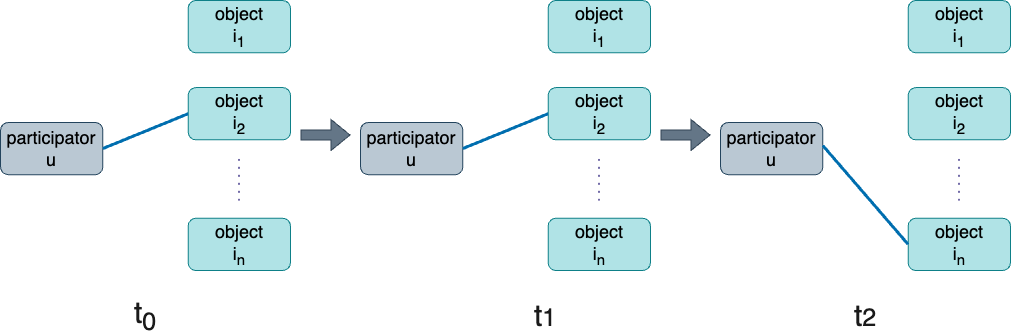
This is figures/04_DynamicGraph.png from AnnaJiang1308/TUM-Thesis-for-Informatics-Template, a draw.io export, as it was before one commit. Source tidied: cells renumbered, new cells last; positions are measured from the earlier drawing's top-left corner, leaving out a move shared by most shapes.
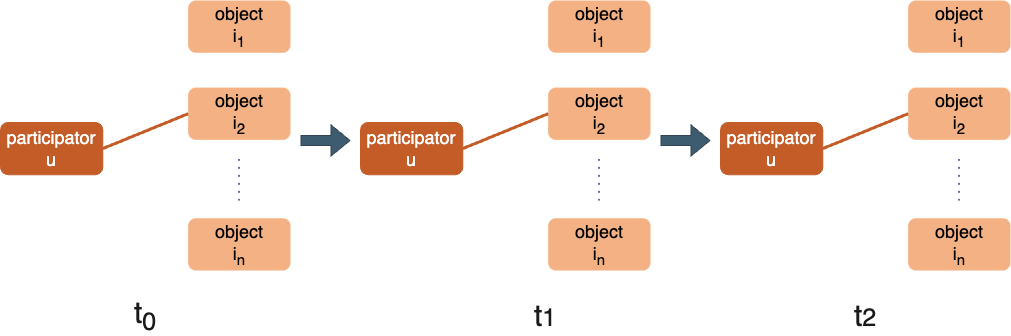
The same file after the commit.

What changed in the source:
```diff
@@ -2,16 +2,16 @@
   <root>
     <mxCell id="0" />
     <mxCell id="1" parent="0" />
-    <mxCell id="2" style="group;verticalAlign=middle;" parent="1" vertex="1">
+    <mxCell id="2" style="group;verticalAlign=middle;strokeColor=none;" parent="1" vertex="1">
       <mxGeometry width="290" height="270" as="geometry" />
     </mxCell>
-    <mxCell id="3" value="&lt;font style=&quot;font-size: 18px;&quot;&gt;participator&lt;/font&gt;&lt;div style=&quot;font-size: 18px;&quot;&gt;&lt;font style=&quot;font-size: 18px;&quot;&gt;u&lt;/font&gt;&lt;/div&gt;" style="rounded=1;whiteSpace=wrap;html=1;strokeColor=#23445d;fillColor=#bac8d3;verticalAlign=middle;" parent="2" vertex="1">
+    <mxCell id="3" value="&lt;font style=&quot;font-size: 18px;&quot;&gt;participator&lt;/font&gt;&lt;div style=&quot;font-size: 18px;&quot;&gt;u&lt;/div&gt;" style="rounded=1;whiteSpace=wrap;html=1;strokeColor=#C45C28;fillColor=#C45C28;verticalAlign=middle;fontColor=#FFFFFF;" parent="2" vertex="1">
       <mxGeometry y="121.9" width="102.4" height="52.3" as="geometry" />
     </mxCell>
-    <mxCell id="4" value="&lt;span style=&quot;font-size: 18px;&quot;&gt;object&lt;/span&gt;&lt;div&gt;&lt;span style=&quot;font-size: 18px;&quot;&gt;i&lt;sub&gt;2&lt;/sub&gt;&lt;/span&gt;&lt;/div&gt;" style="rounded=1;whiteSpace=wrap;html=1;strokeColor=#0e8088;fillColor=#b0e3e6;verticalAlign=middle;" parent="2" vertex="1">
+    <mxCell id="4" value="&lt;span style=&quot;font-size: 18px;&quot;&gt;object&lt;/span&gt;&lt;div&gt;&lt;span style=&quot;font-size: 18px;&quot;&gt;i&lt;sub&gt;2&lt;/sub&gt;&lt;/span&gt;&lt;/div&gt;" style="rounded=1;whiteSpace=wrap;html=1;strokeColor=none;fillColor=#F4B183;verticalAlign=middle;" parent="2" vertex="1">
       <mxGeometry x="187.6" y="87.1" width="102.4" height="52.3" as="geometry" />
     </mxCell>
-    <mxCell id="5" value="&lt;span style=&quot;font-size: 18px;&quot;&gt;object&lt;/span&gt;&lt;div&gt;&lt;span style=&quot;font-size: 18px;&quot;&gt;i&lt;sub&gt;1&lt;/sub&gt;&lt;/span&gt;&lt;/div&gt;" style="rounded=1;whiteSpace=wrap;html=1;strokeColor=#0e8088;fillColor=#b0e3e6;verticalAlign=middle;" parent="2" vertex="1">
+    <mxCell id="5" value="&lt;span style=&quot;font-size: 18px;&quot;&gt;object&lt;/span&gt;&lt;div&gt;&lt;span style=&quot;font-size: 18px;&quot;&gt;i&lt;sub&gt;1&lt;/sub&gt;&lt;/span&gt;&lt;/div&gt;" style="rounded=1;whiteSpace=wrap;html=1;strokeColor=none;fillColor=#f4b183;verticalAlign=middle;" parent="2" vertex="1">
       <mxGeometry x="187.6" width="102.4" height="52.3" as="geometry" />
     </mxCell>
     <mxCell id="6" style="endArrow=none;dashed=1;html=1;dashPattern=1 3;strokeWidth=2;rounded=0;strokeColor=#736CA8;fontColor=#1A1A1A;verticalAlign=middle;" parent="2" edge="1">
@@ -20,73 +20,21 @@
         <mxPoint x="238.4" y="156.8" as="targetPoint" />
       </mxGeometry>
     </mxCell>
-    <mxCell id="7" style="endArrow=none;html=1;rounded=0;strokeColor=#006EAF;fontColor=#1A1A1A;entryX=0;entryY=0.5;entryDx=0;entryDy=0;fillColor=#1ba1e2;strokeWidth=3;verticalAlign=middle;" parent="2" edge="1" target="4">
+    <mxCell id="7" style="endArrow=none;html=1;rounded=0;strokeColor=#C45C28;fontColor=#1A1A1A;entryX=0;entryY=0.5;entryDx=0;entryDy=0;fillColor=#1ba1e2;strokeWidth=3;verticalAlign=middle;" parent="2" edge="1" target="4">
       <mxGeometry relative="1" as="geometry">
         <mxPoint x="102.4" y="148.1" as="sourcePoint" />
       </mxGeometry>
     </mxCell>
-    <mxCell id="8" value="&lt;span style=&quot;font-size: 18px;&quot;&gt;object&lt;/span&gt;&lt;div&gt;&lt;span style=&quot;font-size: 18px;&quot;&gt;i&lt;sub&gt;n&lt;/sub&gt;&lt;/span&gt;&lt;/div&gt;" style="rounded=1;whiteSpace=wrap;html=1;strokeColor=#0e8088;fillColor=#b0e3e6;verticalAlign=middle;" parent="2" vertex="1">
+    <mxCell id="8" value="&lt;span style=&quot;font-size: 18px;&quot;&gt;object&lt;/span&gt;&lt;div&gt;&lt;span style=&quot;font-size: 18px;&quot;&gt;i&lt;sub&gt;n&lt;/sub&gt;&lt;/span&gt;&lt;/div&gt;" style="rounded=1;whiteSpace=wrap;html=1;strokeColor=none;fillColor=#F4B183;verticalAlign=middle;" parent="2" vertex="1">
       <mxGeometry x="187.6" y="217.7" width="102.4" height="52.3" as="geometry" />
     </mxCell>
-    <mxCell id="9" style="group;verticalAlign=middle;" parent="1" vertex="1">
-      <mxGeometry x="360" width="290" height="270" as="geometry" />
-    </mxCell>
-    <mxCell id="10" value="&lt;font style=&quot;font-size: 18px;&quot;&gt;participator&lt;/font&gt;&lt;div style=&quot;font-size: 18px;&quot;&gt;&lt;font style=&quot;font-size: 18px;&quot;&gt;u&lt;/font&gt;&lt;/div&gt;" style="rounded=1;whiteSpace=wrap;html=1;strokeColor=#23445d;fillColor=#bac8d3;verticalAlign=middle;" parent="9" vertex="1">
-      <mxGeometry y="121.9" width="102.4" height="52.3" as="geometry" />
-    </mxCell>
-    <mxCell id="11" value="&lt;span style=&quot;font-size: 18px;&quot;&gt;object&lt;/span&gt;&lt;div&gt;&lt;span style=&quot;font-size: 18px;&quot;&gt;i&lt;sub&gt;2&lt;/sub&gt;&lt;/span&gt;&lt;/div&gt;" style="rounded=1;whiteSpace=wrap;html=1;strokeColor=#0e8088;fillColor=#b0e3e6;verticalAlign=middle;" parent="9" vertex="1">
-      <mxGeometry x="187.6" y="87.1" width="102.4" height="52.3" as="geometry" />
-    </mxCell>
-    <mxCell id="12" value="&lt;span style=&quot;font-size: 18px;&quot;&gt;object&lt;/span&gt;&lt;div&gt;&lt;span style=&quot;font-size: 18px;&quot;&gt;i&lt;sub&gt;1&lt;/sub&gt;&lt;/span&gt;&lt;/div&gt;" style="rounded=1;whiteSpace=wrap;html=1;strokeColor=#0e8088;fillColor=#b0e3e6;verticalAlign=middle;" parent="9" vertex="1">
-      <mxGeometry x="187.6" width="102.4" height="52.3" as="geometry" />
-    </mxCell>
-    <mxCell id="13" style="endArrow=none;dashed=1;html=1;dashPattern=1 3;strokeWidth=2;rounded=0;strokeColor=#736CA8;fontColor=#1A1A1A;verticalAlign=middle;" parent="9" edge="1">
-      <mxGeometry relative="1" as="geometry">
-        <mxPoint x="238.4" y="200.3" as="sourcePoint" />
-        <mxPoint x="238.4" y="156.8" as="targetPoint" />
-      </mxGeometry>
-    </mxCell>
-    <mxCell id="14" style="endArrow=none;html=1;rounded=0;strokeColor=#006EAF;fontColor=#1A1A1A;entryX=0;entryY=0.5;entryDx=0;entryDy=0;fillColor=#1ba1e2;strokeWidth=3;verticalAlign=middle;" parent="9" edge="1" target="11">
-      <mxGeometry relative="1" as="geometry">
-        <mxPoint x="102.4" y="148.1" as="sourcePoint" />
-      </mxGeometry>
-    </mxCell>
-    <mxCell id="15" value="&lt;span style=&quot;font-size: 18px;&quot;&gt;object&lt;/span&gt;&lt;div&gt;&lt;span style=&quot;font-size: 18px;&quot;&gt;i&lt;sub&gt;n&lt;/sub&gt;&lt;/span&gt;&lt;/div&gt;" style="rounded=1;whiteSpace=wrap;html=1;strokeColor=#0e8088;fillColor=#b0e3e6;verticalAlign=middle;" parent="9" vertex="1">
-      <mxGeometry x="187.6" y="217.7" width="102.4" height="52.3" as="geometry" />
-    </mxCell>
-    <mxCell id="16" style="group;verticalAlign=middle;" parent="1" vertex="1">
-      <mxGeometry x="720" width="290" height="270" as="geometry" />
-    </mxCell>
-    <mxCell id="17" value="&lt;font style=&quot;font-size: 18px;&quot;&gt;participator&lt;/font&gt;&lt;div style=&quot;font-size: 18px;&quot;&gt;&lt;font style=&quot;font-size: 18px;&quot;&gt;u&lt;/font&gt;&lt;/div&gt;" style="rounded=1;whiteSpace=wrap;html=1;strokeColor=#23445d;fillColor=#bac8d3;verticalAlign=middle;" parent="16" vertex="1">
-      <mxGeometry y="121.9" width="102.4" height="52.3" as="geometry" />
-    </mxCell>
-    <mxCell id="18" value="&lt;span style=&quot;font-size: 18px;&quot;&gt;object&lt;/span&gt;&lt;div&gt;&lt;span style=&quot;font-size: 18px;&quot;&gt;i&lt;sub&gt;2&lt;/sub&gt;&lt;/span&gt;&lt;/div&gt;" style="rounded=1;whiteSpace=wrap;html=1;strokeColor=#0e8088;fillColor=#b0e3e6;verticalAlign=middle;" parent="16" vertex="1">
-      <mxGeometry x="187.6" y="87.1" width="102.4" height="52.3" as="geometry" />
-    </mxCell>
-    <mxCell id="19" value="&lt;span style=&quot;font-size: 18px;&quot;&gt;object&lt;/span&gt;&lt;div&gt;&lt;span style=&quot;font-size: 18px;&quot;&gt;i&lt;sub&gt;1&lt;/sub&gt;&lt;/span&gt;&lt;/div&gt;" style="rounded=1;whiteSpace=wrap;html=1;strokeColor=#0e8088;fillColor=#b0e3e6;verticalAlign=middle;" parent="16" vertex="1">
-      <mxGeometry x="187.6" width="102.4" height="52.3" as="geometry" />
-    </mxCell>
-    <mxCell id="20" style="endArrow=none;dashed=1;html=1;dashPattern=1 3;strokeWidth=2;rounded=0;strokeColor=#736CA8;fontColor=#1A1A1A;verticalAlign=middle;" parent="16" edge="1">
-      <mxGeometry relative="1" as="geometry">
-        <mxPoint x="238.4" y="200.3" as="sourcePoint" />
-        <mxPoint x="238.4" y="156.8" as="targetPoint" />
-      </mxGeometry>
-    </mxCell>
-    <mxCell id="21" value="&lt;span style=&quot;font-size: 18px;&quot;&gt;object&lt;/span&gt;&lt;div&gt;&lt;span style=&quot;font-size: 18px;&quot;&gt;i&lt;sub&gt;n&lt;/sub&gt;&lt;/span&gt;&lt;/div&gt;" style="rounded=1;whiteSpace=wrap;html=1;strokeColor=#0e8088;fillColor=#b0e3e6;verticalAlign=middle;" parent="16" vertex="1">
-      <mxGeometry x="187.6" y="217.7" width="102.4" height="52.3" as="geometry" />
-    </mxCell>
-    <mxCell id="22" style="endArrow=none;html=1;rounded=0;strokeColor=#006EAF;fontColor=#1A1A1A;entryX=0;entryY=0.5;entryDx=0;entryDy=0;fillColor=#1ba1e2;strokeWidth=3;verticalAlign=middle;" parent="16" edge="1" target="21">
-      <mxGeometry relative="1" as="geometry">
-        <mxPoint x="102.4" y="145.1" as="sourcePoint" />
-      </mxGeometry>
-    </mxCell>
     <mxCell id="23" value="&lt;font style=&quot;font-size: 30px;&quot;&gt;t&lt;sub&gt;0&lt;/sub&gt;&lt;/font&gt;" style="text;html=1;align=center;verticalAlign=middle;whiteSpace=wrap;rounded=0;fontColor=#1A1A1A;" parent="1" vertex="1">
       <mxGeometry x="115" y="300" width="60" height="30" as="geometry" />
     </mxCell>
-    <mxCell id="24" style="shape=flexArrow;endArrow=classic;html=1;rounded=0;strokeColor=#314354;fontColor=#1A1A1A;fillColor=#647687;" parent="1" edge="1">
+    <mxCell id="24" style="shape=flexArrow;endArrow=classic;html=1;rounded=0;strokeColor=#314354;fontColor=#1A1A1A;fillColor=#3D5C6F;" parent="1" edge="1">
       <mxGeometry relative="1" as="geometry">
-        <mxPoint x="300" y="134.5" as="sourcePoint" />
-        <mxPoint x="350" y="134.5" as="targetPoint" />
+        <mxPoint x="300" y="140" as="sourcePoint" />
+        <mxPoint x="350" y="140" as="targetPoint" />
       </mxGeometry>
     </mxCell>
     <mxCell id="25" value="&lt;font style=&quot;font-size: 30px;&quot;&gt;t&lt;/font&gt;&lt;font style=&quot;font-size: 25px;&quot;&gt;1&lt;/font&gt;" style="text;html=1;align=center;verticalAlign=middle;whiteSpace=wrap;rounded=0;fontColor=#1A1A1A;" parent="1" vertex="1">
@@ -95,11 +43,63 @@
     <mxCell id="26" value="&lt;font style=&quot;font-size: 30px;&quot;&gt;t&lt;/font&gt;&lt;font style=&quot;font-size: 25px;&quot;&gt;2&lt;/font&gt;" style="text;html=1;align=center;verticalAlign=middle;whiteSpace=wrap;rounded=0;fontColor=#1A1A1A;" parent="1" vertex="1">
       <mxGeometry x="835" y="300" width="60" height="30" as="geometry" />
     </mxCell>
-    <mxCell id="27" style="shape=flexArrow;endArrow=classic;html=1;rounded=0;strokeColor=#314354;fontColor=#1A1A1A;fillColor=#647687;" parent="1" edge="1">
+    <mxCell id="27" style="shape=flexArrow;endArrow=classic;html=1;rounded=0;strokeColor=#314354;fontColor=#1A1A1A;fillColor=#3D5C6F;" parent="1" edge="1">
       <mxGeometry relative="1" as="geometry">
-        <mxPoint x="660" y="134.5" as="sourcePoint" />
-        <mxPoint x="710" y="134.5" as="targetPoint" />
+        <mxPoint x="660" y="140" as="sourcePoint" />
+        <mxPoint x="710" y="140" as="targetPoint" />
       </mxGeometry>
     </mxCell>
+    <mxCell id="28" style="group;verticalAlign=middle;strokeColor=none;" parent="1" vertex="1">
+      <mxGeometry x="360" width="290" height="270" as="geometry" />
+    </mxCell>
+    <mxCell id="29" value="&lt;font style=&quot;font-size: 18px;&quot;&gt;participator&lt;/font&gt;&lt;div style=&quot;font-size: 18px;&quot;&gt;u&lt;/div&gt;" style="rounded=1;whiteSpace=wrap;html=1;strokeColor=#C45C28;fillColor=#C45C28;verticalAlign=middle;fontColor=#FFFFFF;" parent="28" vertex="1">
+      <mxGeometry y="121.9" width="102.4" height="52.3" as="geometry" />
+    </mxCell>
+    <mxCell id="30" value="&lt;span style=&quot;font-size: 18px;&quot;&gt;object&lt;/span&gt;&lt;div&gt;&lt;span style=&quot;font-size: 18px;&quot;&gt;i&lt;sub&gt;2&lt;/sub&gt;&lt;/span&gt;&lt;/div&gt;" style="rounded=1;whiteSpace=wrap;html=1;strokeColor=none;fillColor=#F4B183;verticalAlign=middle;" parent="28" vertex="1">
+      <mxGeometry x="187.6" y="87.1" width="102.4" height="52.3" as="geometry" />
+    </mxCell>
+    <mxCell id="31" value="&lt;span style=&quot;font-size: 18px;&quot;&gt;object&lt;/span&gt;&lt;div&gt;&lt;span style=&quot;font-size: 18px;&quot;&gt;i&lt;sub&gt;1&lt;/sub&gt;&lt;/span&gt;&lt;/div&gt;" style="rounded=1;whiteSpace=wrap;html=1;strokeColor=none;fillColor=#f4b183;verticalAlign=middle;" parent="28" vertex="1">
+      <mxGeometry x="187.6" width="102.4" height="52.3" as="geometry" />
+    </mxCell>
+    <mxCell id="32" style="endArrow=none;dashed=1;html=1;dashPattern=1 3;strokeWidth=2;rounded=0;strokeColor=#736CA8;fontColor=#1A1A1A;verticalAlign=middle;" parent="28" edge="1">
+      <mxGeometry relative="1" as="geometry">
+        <mxPoint x="238.4" y="200.3" as="sourcePoint" />
+        <mxPoint x="238.4" y="156.8" as="targetPoint" />
+      </mxGeometry>
+    </mxCell>
+    <mxCell id="33" style="endArrow=none;html=1;rounded=0;strokeColor=#C45C28;fontColor=#1A1A1A;entryX=0;entryY=0.5;entryDx=0;entryDy=0;fillColor=#1ba1e2;strokeWidth=3;verticalAlign=middle;" parent="28" edge="1" target="30">
+      <mxGeometry relative="1" as="geometry">
+        <mxPoint x="102.4" y="148.1" as="sourcePoint" />
+      </mxGeometry>
+    </mxCell>
+    <mxCell id="34" value="&lt;span style=&quot;font-size: 18px;&quot;&gt;object&lt;/span&gt;&lt;div&gt;&lt;span style=&quot;font-size: 18px;&quot;&gt;i&lt;sub&gt;n&lt;/sub&gt;&lt;/span&gt;&lt;/div&gt;" style="rounded=1;whiteSpace=wrap;html=1;strokeColor=none;fillColor=#F4B183;verticalAlign=middle;" parent="28" vertex="1">
+      <mxGeometry x="187.6" y="217.7" width="102.4" height="52.3" as="geometry" />
+    </mxCell>
+    <mxCell id="35" style="group;verticalAlign=middle;strokeColor=none;" parent="1" vertex="1">
+      <mxGeometry x="720" width="290" height="270" as="geometry" />
+    </mxCell>
+    <mxCell id="36" value="&lt;font style=&quot;font-size: 18px;&quot;&gt;participator&lt;/font&gt;&lt;div style=&quot;font-size: 18px;&quot;&gt;u&lt;/div&gt;" style="rounded=1;whiteSpace=wrap;html=1;strokeColor=#C45C28;fillColor=#C45C28;verticalAlign=middle;fontColor=#FFFFFF;" parent="35" vertex="1">
+      <mxGeometry y="121.9" width="102.4" height="52.3" as="geometry" />
+    </mxCell>
+    <mxCell id="37" value="&lt;span style=&quot;font-size: 18px;&quot;&gt;object&lt;/span&gt;&lt;div&gt;&lt;span style=&quot;font-size: 18px;&quot;&gt;i&lt;sub&gt;2&lt;/sub&gt;&lt;/span&gt;&lt;/div&gt;" style="rounded=1;whiteSpace=wrap;html=1;strokeColor=none;fillColor=#F4B183;verticalAlign=middle;" parent="35" vertex="1">
+      <mxGeometry x="187.6" y="87.1" width="102.4" height="52.3" as="geometry" />
+    </mxCell>
+    <mxCell id="38" value="&lt;span style=&quot;font-size: 18px;&quot;&gt;object&lt;/span&gt;&lt;div&gt;&lt;span style=&quot;font-size: 18px;&quot;&gt;i&lt;sub&gt;1&lt;/sub&gt;&lt;/span&gt;&lt;/div&gt;" style="rounded=1;whiteSpace=wrap;html=1;strokeColor=none;fillColor=#f4b183;verticalAlign=middle;" parent="35" vertex="1">
+      <mxGeometry x="187.6" width="102.4" height="52.3" as="geometry" />
+    </mxCell>
+    <mxCell id="39" style="endArrow=none;dashed=1;html=1;dashPattern=1 3;strokeWidth=2;rounded=0;strokeColor=#736CA8;fontColor=#1A1A1A;verticalAlign=middle;" parent="35" edge="1">
+      <mxGeometry relative="1" as="geometry">
+        <mxPoint x="238.4" y="200.3" as="sourcePoint" />
+        <mxPoint x="238.4" y="156.8" as="targetPoint" />
+      </mxGeometry>
+    </mxCell>
+    <mxCell id="40" style="endArrow=none;html=1;rounded=0;strokeColor=#C45C28;fontColor=#1A1A1A;entryX=0;entryY=0.5;entryDx=0;entryDy=0;fillColor=#1ba1e2;strokeWidth=3;verticalAlign=middle;" parent="35" edge="1" target="37">
+      <mxGeometry relative="1" as="geometry">
+        <mxPoint x="102.4" y="148.1" as="sourcePoint" />
+      </mxGeometry>
+    </mxCell>
+    <mxCell id="41" value="&lt;span style=&quot;font-size: 18px;&quot;&gt;object&lt;/span&gt;&lt;div&gt;&lt;span style=&quot;font-size: 18px;&quot;&gt;i&lt;sub&gt;n&lt;/sub&gt;&lt;/span&gt;&lt;/div&gt;" style="rounded=1;whiteSpace=wrap;html=1;strokeColor=none;fillColor=#F4B183;verticalAlign=middle;" parent="35" vertex="1">
+      <mxGeometry x="187.6" y="217.7" width="102.4" height="52.3" as="geometry" />
+    </mxCell>
   </root>
 </mxGraphModel>
```
